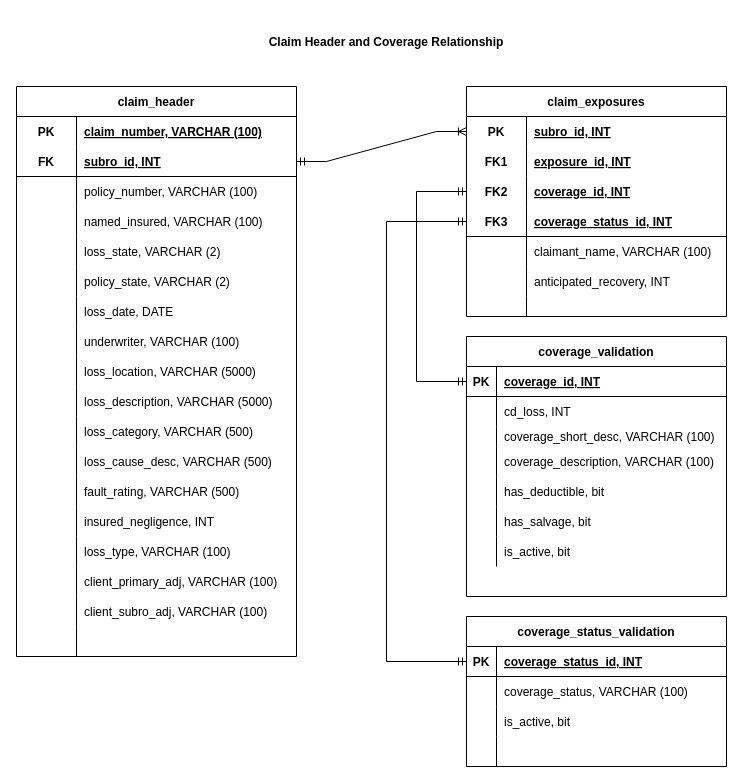
houstonhag/subro-arb keeps this draw.io diagram as Untitled Diagram.drawio. Above is the earlier version. Source tidied: cells renumbered, new cells numbered last; positions are measured from the earlier drawing's top-left corner, leaving out a move shared by most shapes. Both pictures are drawn from the tidied source at 100%, with x=0, y=0 at pixel (16, 16).
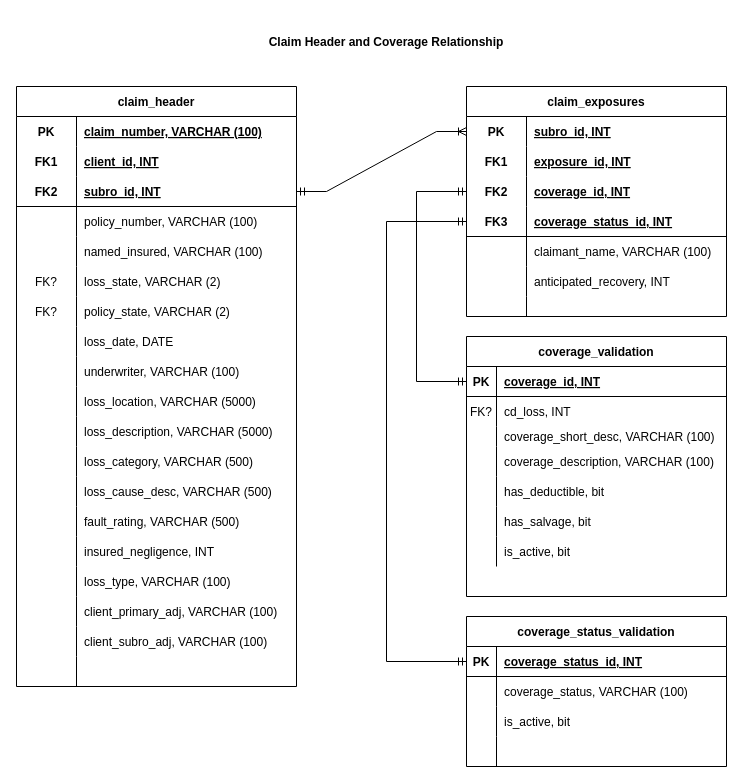
The same page after the edit.

Unchanged cells that the change refers to:
```xml
<mxCell id="85" style="shape=tableRow;horizontal=0;startSize=0;swimlaneHead=0;swimlaneBody=0;fillColor=none;top=0;left=0;right=0;bottom=0;" parent="81" vertex="1">
  <mxGeometry y="60" width="260" height="30" as="geometry" />
</mxCell>
```

What changed in the source:
```diff
@@
     <mxCell id="2" value="claim_header" style="shape=table;startSize=30;childLayout=tableLayout;rowLines=0;fontStyle=1;align=center;" parent="1" vertex="1">
-      <mxGeometry y="70" width="280" height="570" as="geometry" />
+      <mxGeometry y="70" width="280" height="600" as="geometry" />
     </mxCell>
+    <mxCell id="118" style="shape=tableRow;horizontal=0;startSize=0;swimlaneHead=0;swimlaneBody=0;fillColor=none;top=0;left=0;right=0;bottom=0;" parent="2" vertex="1">
+      <mxGeometry y="30" width="280" height="30" as="geometry" />
+    </mxCell>
+    <mxCell id="119" value="PK" style="shape=partialRectangle;fillColor=none;top=0;left=0;bottom=0;right=0;fontStyle=1;overflow=hidden;" parent="118" vertex="1">
+      <mxGeometry width="60" height="30" as="geometry" />
+    </mxCell>
+    <mxCell id="120" value="claim_number, VARCHAR (100)" style="shape=partialRectangle;fillColor=none;top=0;left=0;bottom=0;right=0;align=left;spacingLeft=6;fontStyle=5;overflow=hidden;" parent="118" vertex="1">
+      <mxGeometry x="60" width="220" height="30" as="geometry" />
+    </mxCell>
     <mxCell id="3" style="shape=tableRow;horizontal=0;startSize=0;swimlaneHead=0;swimlaneBody=0;fillColor=none;top=0;left=0;right=0;bottom=0;" parent="2" vertex="1">
-      <mxGeometry y="30" width="280" height="30" as="geometry" />
+      <mxGeometry y="60" width="280" height="30" as="geometry" />
     </mxCell>
-    <mxCell id="4" value="PK" style="shape=partialRectangle;fillColor=none;top=0;left=0;bottom=0;right=0;fontStyle=1;overflow=hidden;" parent="3" vertex="1">
+    <mxCell id="4" value="FK1" style="shape=partialRectangle;fillColor=none;top=0;left=0;bottom=0;right=0;fontStyle=1;overflow=hidden;" parent="3" vertex="1">
       <mxGeometry width="60" height="30" as="geometry" />
     </mxCell>
-    <mxCell id="5" value="claim_number, VARCHAR (100)" style="shape=partialRectangle;fillColor=none;top=0;left=0;bottom=0;right=0;align=left;spacingLeft=6;fontStyle=5;overflow=hidden;" parent="3" vertex="1">
+    <mxCell id="5" value="client_id, INT" style="shape=partialRectangle;fillColor=none;top=0;left=0;bottom=0;right=0;align=left;spacingLeft=6;fontStyle=5;overflow=hidden;" parent="3" vertex="1">
       <mxGeometry x="60" width="220" height="30" as="geometry" />
     </mxCell>
     <mxCell id="6" style="shape=tableRow;horizontal=0;startSize=0;swimlaneHead=0;swimlaneBody=0;fillColor=none;points=[[0,0.5],[1,0.5]];portConstraint=eastwest;top=0;left=0;right=0;bottom=1;" parent="2" vertex="1">
-      <mxGeometry y="60" width="280" height="30" as="geometry" />
+      <mxGeometry y="90" width="280" height="30" as="geometry" />
     </mxCell>
-    <mxCell id="7" value="FK" style="shape=partialRectangle;fillColor=none;top=0;left=0;bottom=0;right=0;fontStyle=1;overflow=hidden;" parent="6" vertex="1">
+    <mxCell id="7" value="FK2" style="shape=partialRectangle;fillColor=none;top=0;left=0;bottom=0;right=0;fontStyle=1;overflow=hidden;" parent="6" vertex="1">
       <mxGeometry width="60" height="30" as="geometry" />
     </mxCell>
@@
     <mxCell id="9" style="shape=tableRow;horizontal=0;startSize=0;swimlaneHead=0;swimlaneBody=0;fillColor=none;top=0;left=0;right=0;bottom=0;" parent="2" vertex="1">
-      <mxGeometry y="90" width="280" height="30" as="geometry" />
+      <mxGeometry y="120" width="280" height="30" as="geometry" />
     </mxCell>
@@
     <mxCell id="12" style="shape=tableRow;horizontal=0;startSize=0;swimlaneHead=0;swimlaneBody=0;fillColor=none;top=0;left=0;right=0;bottom=0;" parent="2" vertex="1">
-      <mxGeometry y="120" width="280" height="30" as="geometry" />
+      <mxGeometry y="150" width="280" height="30" as="geometry" />
     </mxCell>
@@
     <mxCell id="15" style="shape=tableRow;horizontal=0;startSize=0;swimlaneHead=0;swimlaneBody=0;fillColor=none;top=0;left=0;right=0;bottom=0;" parent="2" vertex="1">
-      <mxGeometry y="150" width="280" height="30" as="geometry" />
+      <mxGeometry y="180" width="280" height="30" as="geometry" />
     </mxCell>
-    <mxCell id="16" style="shape=partialRectangle;fillColor=none;top=0;left=0;bottom=0;right=0;overflow=hidden;" parent="15" vertex="1">
+    <mxCell id="16" value="FK?" style="shape=partialRectangle;fillColor=none;top=0;left=0;bottom=0;right=0;overflow=hidden;" parent="15" vertex="1">
       <mxGeometry width="60" height="30" as="geometry" />
     </mxCell>
@@
     <mxCell id="18" style="shape=tableRow;horizontal=0;startSize=0;swimlaneHead=0;swimlaneBody=0;fillColor=none;top=0;left=0;right=0;bottom=0;" parent="2" vertex="1">
-      <mxGeometry y="180" width="280" height="30" as="geometry" />
+      <mxGeometry y="210" width="280" height="30" as="geometry" />
     </mxCell>
-    <mxCell id="19" style="shape=partialRectangle;fillColor=none;top=0;left=0;bottom=0;right=0;overflow=hidden;" parent="18" vertex="1">
+    <mxCell id="19" value="FK?" style="shape=partialRectangle;fillColor=none;top=0;left=0;bottom=0;right=0;overflow=hidden;" parent="18" vertex="1">
       <mxGeometry width="60" height="30" as="geometry" />
     </mxCell>
@@
     <mxCell id="21" style="shape=tableRow;horizontal=0;startSize=0;swimlaneHead=0;swimlaneBody=0;fillColor=none;top=0;left=0;right=0;bottom=0;" parent="2" vertex="1">
-      <mxGeometry y="210" width="280" height="30" as="geometry" />
+      <mxGeometry y="240" width="280" height="30" as="geometry" />
     </mxCell>
@@
     <mxCell id="24" style="shape=tableRow;horizontal=0;startSize=0;swimlaneHead=0;swimlaneBody=0;fillColor=none;top=0;left=0;right=0;bottom=0;" parent="2" vertex="1">
-      <mxGeometry y="240" width="280" height="30" as="geometry" />
+      <mxGeometry y="270" width="280" height="30" as="geometry" />
     </mxCell>
@@
     <mxCell id="27" style="shape=tableRow;horizontal=0;startSize=0;swimlaneHead=0;swimlaneBody=0;fillColor=none;top=0;left=0;right=0;bottom=0;" parent="2" vertex="1">
-      <mxGeometry y="270" width="280" height="30" as="geometry" />
+      <mxGeometry y="300" width="280" height="30" as="geometry" />
     </mxCell>
@@
     <mxCell id="30" style="shape=tableRow;horizontal=0;startSize=0;swimlaneHead=0;swimlaneBody=0;fillColor=none;top=0;left=0;right=0;bottom=0;" parent="2" vertex="1">
-      <mxGeometry y="300" width="280" height="30" as="geometry" />
+      <mxGeometry y="330" width="280" height="30" as="geometry" />
     </mxCell>
@@
     <mxCell id="33" style="shape=tableRow;horizontal=0;startSize=0;swimlaneHead=0;swimlaneBody=0;fillColor=none;top=0;left=0;right=0;bottom=0;" parent="2" vertex="1">
-      <mxGeometry y="330" width="280" height="30" as="geometry" />
+      <mxGeometry y="360" width="280" height="30" as="geometry" />
     </mxCell>
@@
     <mxCell id="36" style="shape=tableRow;horizontal=0;startSize=0;swimlaneHead=0;swimlaneBody=0;fillColor=none;top=0;left=0;right=0;bottom=0;" parent="2" vertex="1">
-      <mxGeometry y="360" width="280" height="30" as="geometry" />
+      <mxGeometry y="390" width="280" height="30" as="geometry" />
     </mxCell>
@@
     <mxCell id="39" style="shape=tableRow;horizontal=0;startSize=0;swimlaneHead=0;swimlaneBody=0;fillColor=none;top=0;left=0;right=0;bottom=0;" parent="2" vertex="1">
-      <mxGeometry y="390" width="280" height="30" as="geometry" />
+      <mxGeometry y="420" width="280" height="30" as="geometry" />
     </mxCell>
@@
     <mxCell id="42" style="shape=tableRow;horizontal=0;startSize=0;swimlaneHead=0;swimlaneBody=0;fillColor=none;top=0;left=0;right=0;bottom=0;" parent="2" vertex="1">
-      <mxGeometry y="420" width="280" height="30" as="geometry" />
+      <mxGeometry y="450" width="280" height="30" as="geometry" />
     </mxCell>
@@
     <mxCell id="45" style="shape=tableRow;horizontal=0;startSize=0;swimlaneHead=0;swimlaneBody=0;fillColor=none;top=0;left=0;right=0;bottom=0;" parent="2" vertex="1">
-      <mxGeometry y="450" width="280" height="30" as="geometry" />
+      <mxGeometry y="480" width="280" height="30" as="geometry" />
     </mxCell>
@@
     <mxCell id="48" style="shape=tableRow;horizontal=0;startSize=0;swimlaneHead=0;swimlaneBody=0;fillColor=none;top=0;left=0;right=0;bottom=0;" parent="2" vertex="1">
-      <mxGeometry y="480" width="280" height="30" as="geometry" />
+      <mxGeometry y="510" width="280" height="30" as="geometry" />
     </mxCell>
@@
     <mxCell id="51" style="shape=tableRow;horizontal=0;startSize=0;swimlaneHead=0;swimlaneBody=0;fillColor=none;top=0;left=0;right=0;bottom=0;" parent="2" vertex="1">
-      <mxGeometry y="510" width="280" height="30" as="geometry" />
+      <mxGeometry y="540" width="280" height="30" as="geometry" />
     </mxCell>
@@
     <mxCell id="54" style="shape=tableRow;horizontal=0;startSize=0;swimlaneHead=0;swimlaneBody=0;fillColor=none;top=0;left=0;right=0;bottom=0;" parent="2" vertex="1">
-      <mxGeometry y="540" width="280" height="30" as="geometry" />
+      <mxGeometry y="570" width="280" height="30" as="geometry" />
     </mxCell>
@@
-    <mxCell id="86" style="shape=partialRectangle;fillColor=none;top=0;left=0;bottom=0;right=0;overflow=hidden;" parent="85" vertex="1">
+    <mxCell id="86" value="FK?" style="shape=partialRectangle;fillColor=none;top=0;left=0;bottom=0;right=0;overflow=hidden;" parent="85" vertex="1">
       <mxGeometry width="30" height="30" as="geometry" />
     </mxCell>
```
